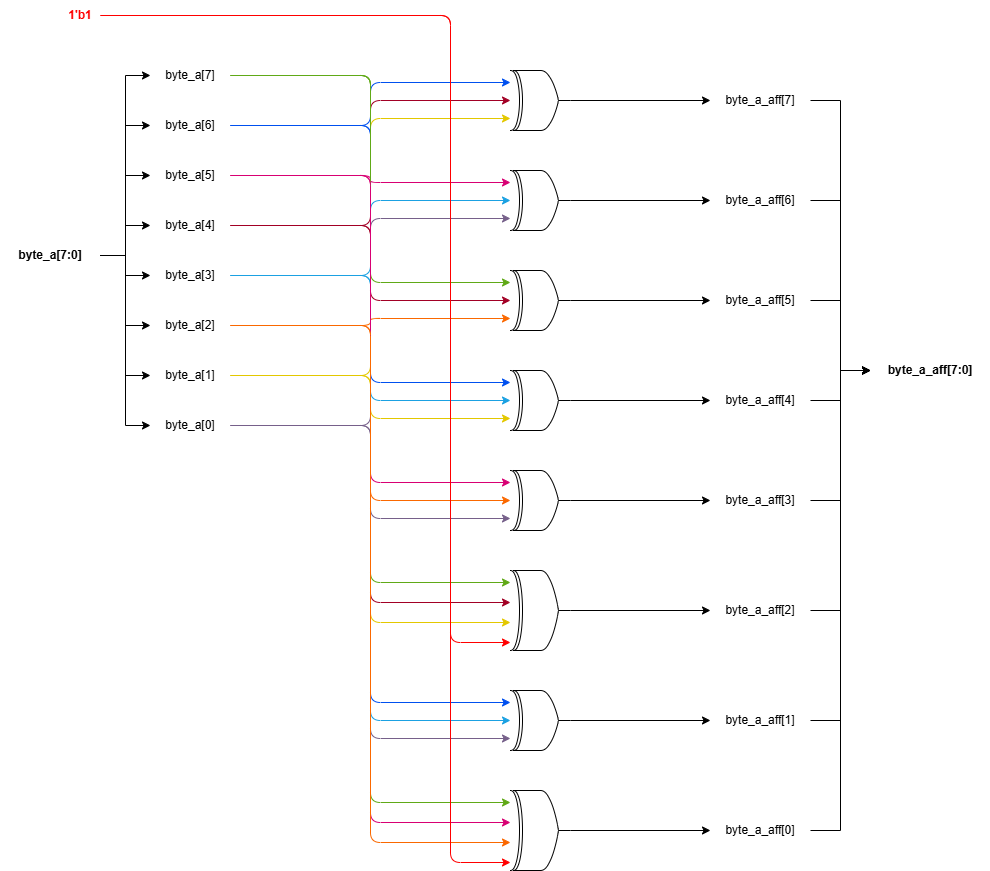
This is media/Affine dao low level.png from LQLManZz/AES128-Verilog, a draw.io export, as it was before one commit. Source tidied: cells renumbered, new cells last; positions are measured from the earlier drawing's top-left corner, leaving out a move shared by most shapes.
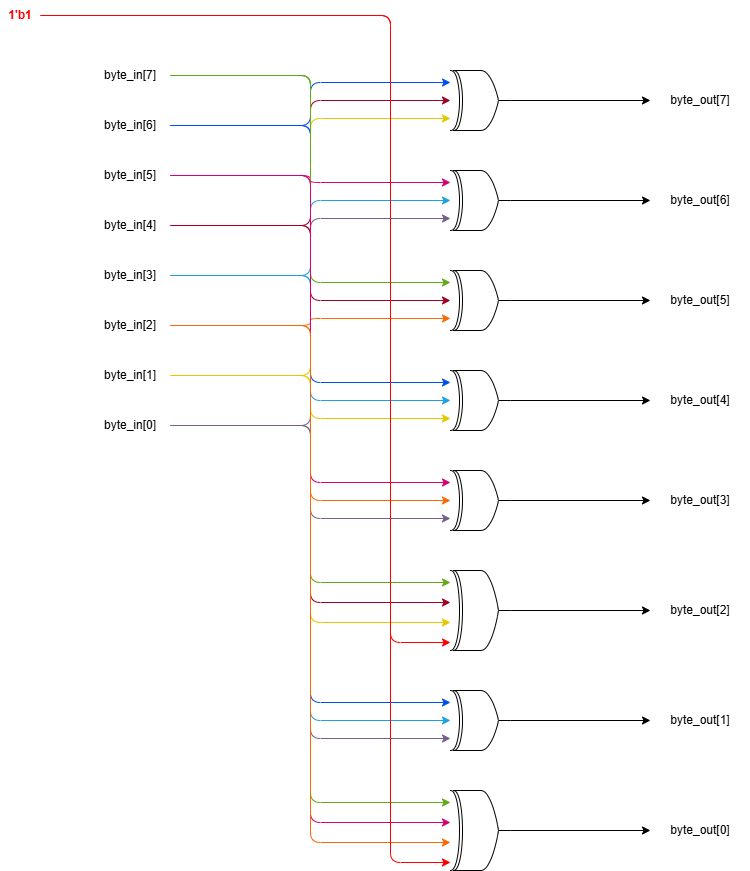
The same file after the commit.

Change to the diagram source:
```diff
@@ -2,31 +2,28 @@
   <root>
     <mxCell id="0" />
     <mxCell id="1" parent="0" />
-    <mxCell id="2" value="byte_a[7:0]" style="text;html=1;whiteSpace=wrap;strokeColor=none;fillColor=none;align=center;verticalAlign=middle;rounded=0;fontStyle=1;" parent="1" vertex="1">
-      <mxGeometry y="240" width="100" height="30" as="geometry" />
-    </mxCell>
-    <mxCell id="3" value="byte_a[7]" style="text;html=1;whiteSpace=wrap;strokeColor=none;fillColor=none;align=center;verticalAlign=middle;rounded=0;" parent="1" vertex="1">
+    <mxCell id="3" value="byte_in[7]" style="text;html=1;whiteSpace=wrap;strokeColor=none;fillColor=none;align=center;verticalAlign=middle;rounded=0;" parent="1" vertex="1">
       <mxGeometry x="150" y="60" width="80" height="30" as="geometry" />
     </mxCell>
-    <mxCell id="4" value="byte_a[6]" style="text;html=1;whiteSpace=wrap;strokeColor=none;fillColor=none;align=center;verticalAlign=middle;rounded=0;" parent="1" vertex="1">
+    <mxCell id="4" value="byte_in[6]" style="text;html=1;whiteSpace=wrap;strokeColor=none;fillColor=none;align=center;verticalAlign=middle;rounded=0;" parent="1" vertex="1">
       <mxGeometry x="150" y="110" width="80" height="30" as="geometry" />
     </mxCell>
-    <mxCell id="5" value="byte_a[5]" style="text;html=1;whiteSpace=wrap;strokeColor=none;fillColor=none;align=center;verticalAlign=middle;rounded=0;" parent="1" vertex="1">
+    <mxCell id="5" value="byte_in[5]" style="text;html=1;whiteSpace=wrap;strokeColor=none;fillColor=none;align=center;verticalAlign=middle;rounded=0;" parent="1" vertex="1">
       <mxGeometry x="150" y="160" width="80" height="30" as="geometry" />
     </mxCell>
-    <mxCell id="6" value="byte_a[4]" style="text;html=1;whiteSpace=wrap;strokeColor=none;fillColor=none;align=center;verticalAlign=middle;rounded=0;" parent="1" vertex="1">
+    <mxCell id="6" value="byte_in[4]" style="text;html=1;whiteSpace=wrap;strokeColor=none;fillColor=none;align=center;verticalAlign=middle;rounded=0;" parent="1" vertex="1">
       <mxGeometry x="150" y="210" width="80" height="30" as="geometry" />
     </mxCell>
-    <mxCell id="7" value="byte_a[3]" style="text;html=1;whiteSpace=wrap;strokeColor=none;fillColor=none;align=center;verticalAlign=middle;rounded=0;" parent="1" vertex="1">
+    <mxCell id="7" value="byte_in[3]" style="text;html=1;whiteSpace=wrap;strokeColor=none;fillColor=none;align=center;verticalAlign=middle;rounded=0;" parent="1" vertex="1">
       <mxGeometry x="150" y="260" width="80" height="30" as="geometry" />
     </mxCell>
-    <mxCell id="8" value="byte_a[2]" style="text;html=1;whiteSpace=wrap;strokeColor=none;fillColor=none;align=center;verticalAlign=middle;rounded=0;" parent="1" vertex="1">
+    <mxCell id="8" value="byte_in[2]" style="text;html=1;whiteSpace=wrap;strokeColor=none;fillColor=none;align=center;verticalAlign=middle;rounded=0;" parent="1" vertex="1">
       <mxGeometry x="150" y="310" width="80" height="30" as="geometry" />
     </mxCell>
-    <mxCell id="9" value="byte_a[1]" style="text;html=1;whiteSpace=wrap;strokeColor=none;fillColor=none;align=center;verticalAlign=middle;rounded=0;" parent="1" vertex="1">
+    <mxCell id="9" value="byte_in[1]" style="text;html=1;whiteSpace=wrap;strokeColor=none;fillColor=none;align=center;verticalAlign=middle;rounded=0;" parent="1" vertex="1">
       <mxGeometry x="150" y="360" width="80" height="30" as="geometry" />
     </mxCell>
-    <mxCell id="10" value="byte_a[0]" style="text;html=1;whiteSpace=wrap;strokeColor=none;fillColor=none;align=center;verticalAlign=middle;rounded=0;" parent="1" vertex="1">
+    <mxCell id="10" value="byte_in[0]" style="text;html=1;whiteSpace=wrap;strokeColor=none;fillColor=none;align=center;verticalAlign=middle;rounded=0;" parent="1" vertex="1">
       <mxGeometry x="150" y="410" width="80" height="30" as="geometry" />
     </mxCell>
     <mxCell id="11" value="1'b1" style="text;html=1;whiteSpace=wrap;strokeColor=none;fillColor=none;align=center;verticalAlign=middle;rounded=0;fontColor=#FF0000;fontStyle=1;" parent="1" vertex="1">
@@ -56,57 +53,30 @@
     <mxCell id="19" style="shape=(stored shape, 452 characters);whiteSpace=wrap;html=1;" parent="1" vertex="1">
       <mxGeometry x="510" y="790" width="60" height="80" as="geometry" />
     </mxCell>
-    <mxCell id="20" value="byte_a_aff[7]" style="text;html=1;whiteSpace=wrap;strokeColor=none;fillColor=none;align=center;verticalAlign=middle;rounded=0;" parent="1" vertex="1">
+    <mxCell id="20" value="byte_out[7]" style="text;html=1;whiteSpace=wrap;strokeColor=none;fillColor=none;align=center;verticalAlign=middle;rounded=0;" parent="1" vertex="1">
       <mxGeometry x="710" y="85" width="100" height="30" as="geometry" />
     </mxCell>
-    <mxCell id="21" value="byte_a_aff[6]" style="text;html=1;whiteSpace=wrap;strokeColor=none;fillColor=none;align=center;verticalAlign=middle;rounded=0;" parent="1" vertex="1">
+    <mxCell id="21" value="byte_out[6]" style="text;html=1;whiteSpace=wrap;strokeColor=none;fillColor=none;align=center;verticalAlign=middle;rounded=0;" parent="1" vertex="1">
       <mxGeometry x="710" y="185" width="100" height="30" as="geometry" />
     </mxCell>
-    <mxCell id="22" value="byte_a_aff[5]" style="text;html=1;whiteSpace=wrap;strokeColor=none;fillColor=none;align=center;verticalAlign=middle;rounded=0;" parent="1" vertex="1">
+    <mxCell id="22" value="byte_out[5]" style="text;html=1;whiteSpace=wrap;strokeColor=none;fillColor=none;align=center;verticalAlign=middle;rounded=0;" parent="1" vertex="1">
       <mxGeometry x="710" y="285" width="100" height="30" as="geometry" />
     </mxCell>
-    <mxCell id="23" value="byte_a_aff[4]" style="text;html=1;whiteSpace=wrap;strokeColor=none;fillColor=none;align=center;verticalAlign=middle;rounded=0;" parent="1" vertex="1">
+    <mxCell id="23" value="byte_out[4]" style="text;html=1;whiteSpace=wrap;strokeColor=none;fillColor=none;align=center;verticalAlign=middle;rounded=0;" parent="1" vertex="1">
       <mxGeometry x="710" y="385" width="100" height="30" as="geometry" />
     </mxCell>
-    <mxCell id="24" value="byte_a_aff[3]" style="text;html=1;whiteSpace=wrap;strokeColor=none;fillColor=none;align=center;verticalAlign=middle;rounded=0;" parent="1" vertex="1">
+    <mxCell id="24" value="byte_out[3]" style="text;html=1;whiteSpace=wrap;strokeColor=none;fillColor=none;align=center;verticalAlign=middle;rounded=0;" parent="1" vertex="1">
       <mxGeometry x="710" y="485" width="100" height="30" as="geometry" />
     </mxCell>
-    <mxCell id="25" value="byte_a_aff[2]" style="text;html=1;whiteSpace=wrap;strokeColor=none;fillColor=none;align=center;verticalAlign=middle;rounded=0;" parent="1" vertex="1">
+    <mxCell id="25" value="byte_out[2]" style="text;html=1;whiteSpace=wrap;strokeColor=none;fillColor=none;align=center;verticalAlign=middle;rounded=0;" parent="1" vertex="1">
       <mxGeometry x="710" y="595" width="100" height="30" as="geometry" />
     </mxCell>
-    <mxCell id="26" value="byte_a_aff[1]" style="text;html=1;whiteSpace=wrap;strokeColor=none;fillColor=none;align=center;verticalAlign=middle;rounded=0;" parent="1" vertex="1">
+    <mxCell id="26" value="byte_out[1]" style="text;html=1;whiteSpace=wrap;strokeColor=none;fillColor=none;align=center;verticalAlign=middle;rounded=0;" parent="1" vertex="1">
       <mxGeometry x="710" y="705" width="100" height="30" as="geometry" />
     </mxCell>
-    <mxCell id="27" value="byte_a_aff[0]" style="text;html=1;whiteSpace=wrap;strokeColor=none;fillColor=none;align=center;verticalAlign=middle;rounded=0;" parent="1" vertex="1">
+    <mxCell id="27" value="byte_out[0]" style="text;html=1;whiteSpace=wrap;strokeColor=none;fillColor=none;align=center;verticalAlign=middle;rounded=0;" parent="1" vertex="1">
       <mxGeometry x="710" y="815" width="100" height="30" as="geometry" />
     </mxCell>
-    <mxCell id="28" value="byte_a_aff[7:0]" style="text;html=1;whiteSpace=wrap;strokeColor=none;fillColor=none;align=center;verticalAlign=middle;rounded=0;fontStyle=1;" parent="1" vertex="1">
-      <mxGeometry x="870" y="355" width="120" height="30" as="geometry" />
-    </mxCell>
-    <mxCell id="29" style="edgeStyle=orthogonalEdgeStyle;rounded=0;html=1;exitX=1;exitY=0.5;entryX=0;entryY=0.5;" parent="1" edge="1" source="2" target="3">
-      <mxGeometry relative="1" as="geometry" />
-    </mxCell>
-    <mxCell id="30" style="edgeStyle=orthogonalEdgeStyle;rounded=0;html=1;exitX=1;exitY=0.5;entryX=0;entryY=0.5;" parent="1" edge="1" source="2" target="4">
-      <mxGeometry relative="1" as="geometry" />
-    </mxCell>
-    <mxCell id="31" style="edgeStyle=orthogonalEdgeStyle;rounded=0;html=1;exitX=1;exitY=0.5;entryX=0;entryY=0.5;" parent="1" edge="1" source="2" target="5">
-      <mxGeometry relative="1" as="geometry" />
-    </mxCell>
-    <mxCell id="32" style="edgeStyle=orthogonalEdgeStyle;rounded=0;html=1;exitX=1;exitY=0.5;entryX=0;entryY=0.5;" parent="1" edge="1" source="2" target="6">
-      <mxGeometry relative="1" as="geometry" />
-    </mxCell>
-    <mxCell id="33" style="edgeStyle=orthogonalEdgeStyle;rounded=0;html=1;exitX=1;exitY=0.5;entryX=0;entryY=0.5;" parent="1" edge="1" source="2" target="7">
-      <mxGeometry relative="1" as="geometry" />
-    </mxCell>
-    <mxCell id="34" style="edgeStyle=orthogonalEdgeStyle;rounded=0;html=1;exitX=1;exitY=0.5;entryX=0;entryY=0.5;" parent="1" edge="1" source="2" target="8">
-      <mxGeometry relative="1" as="geometry" />
-    </mxCell>
-    <mxCell id="35" style="edgeStyle=orthogonalEdgeStyle;rounded=0;html=1;exitX=1;exitY=0.5;entryX=0;entryY=0.5;" parent="1" edge="1" source="2" target="9">
-      <mxGeometry relative="1" as="geometry" />
-    </mxCell>
-    <mxCell id="36" style="edgeStyle=orthogonalEdgeStyle;rounded=0;html=1;exitX=1;exitY=0.5;entryX=0;entryY=0.5;" parent="1" edge="1" source="2" target="10">
-      <mxGeometry relative="1" as="geometry" />
-    </mxCell>
     <mxCell id="37" style="edgeStyle=orthogonalEdgeStyle;rounded=0;html=1;exitX=1;exitY=0.5;entryX=0;entryY=0.5;" parent="1" edge="1" source="12" target="20">
       <mxGeometry relative="1" as="geometry" />
     </mxCell>
@@ -131,30 +101,6 @@
     <mxCell id="44" style="edgeStyle=orthogonalEdgeStyle;rounded=0;html=1;exitX=1;exitY=0.5;entryX=0;entryY=0.5;" parent="1" edge="1" source="19" target="27">
       <mxGeometry relative="1" as="geometry" />
     </mxCell>
-    <mxCell id="45" style="edgeStyle=orthogonalEdgeStyle;rounded=0;html=1;exitX=1;exitY=0.5;entryX=0;entryY=0.5;" parent="1" edge="1" source="20" target="28">
-      <mxGeometry relative="1" as="geometry" />
-    </mxCell>
-    <mxCell id="46" style="edgeStyle=orthogonalEdgeStyle;rounded=0;html=1;exitX=1;exitY=0.5;entryX=0;entryY=0.5;" parent="1" edge="1" source="21" target="28">
-      <mxGeometry relative="1" as="geometry" />
-    </mxCell>
-    <mxCell id="47" style="edgeStyle=orthogonalEdgeStyle;rounded=0;html=1;exitX=1;exitY=0.5;entryX=0;entryY=0.5;" parent="1" edge="1" source="22" target="28">
-      <mxGeometry relative="1" as="geometry" />
-    </mxCell>
-    <mxCell id="48" style="edgeStyle=orthogonalEdgeStyle;rounded=0;html=1;exitX=1;exitY=0.5;entryX=0;entryY=0.5;" parent="1" edge="1" source="23" target="28">
-      <mxGeometry relative="1" as="geometry" />
-    </mxCell>
-    <mxCell id="49" style="edgeStyle=orthogonalEdgeStyle;rounded=0;html=1;exitX=1;exitY=0.5;entryX=0;entryY=0.5;" parent="1" edge="1" source="24" target="28">
-      <mxGeometry relative="1" as="geometry" />
-    </mxCell>
-    <mxCell id="50" style="edgeStyle=orthogonalEdgeStyle;rounded=0;html=1;exitX=1;exitY=0.5;entryX=0;entryY=0.5;" parent="1" edge="1" source="25" target="28">
-      <mxGeometry relative="1" as="geometry" />
-    </mxCell>
-    <mxCell id="51" style="edgeStyle=orthogonalEdgeStyle;rounded=0;html=1;exitX=1;exitY=0.5;entryX=0;entryY=0.5;" parent="1" edge="1" source="26" target="28">
-      <mxGeometry relative="1" as="geometry" />
-    </mxCell>
-    <mxCell id="52" style="edgeStyle=orthogonalEdgeStyle;rounded=0;html=1;exitX=1;exitY=0.5;entryX=0;entryY=0.5;" parent="1" edge="1" source="27" target="28">
-      <mxGeometry relative="1" as="geometry" />
-    </mxCell>
     <mxCell id="53" style="edgeStyle=orthogonalEdgeStyle;rounded=1;html=1;exitX=1;exitY=0.5;entryX=0;entryY=0.2;strokeColor=#0050ef;" parent="1" edge="1" source="4" target="12">
       <mxGeometry relative="1" as="geometry" />
     </mxCell>
```
